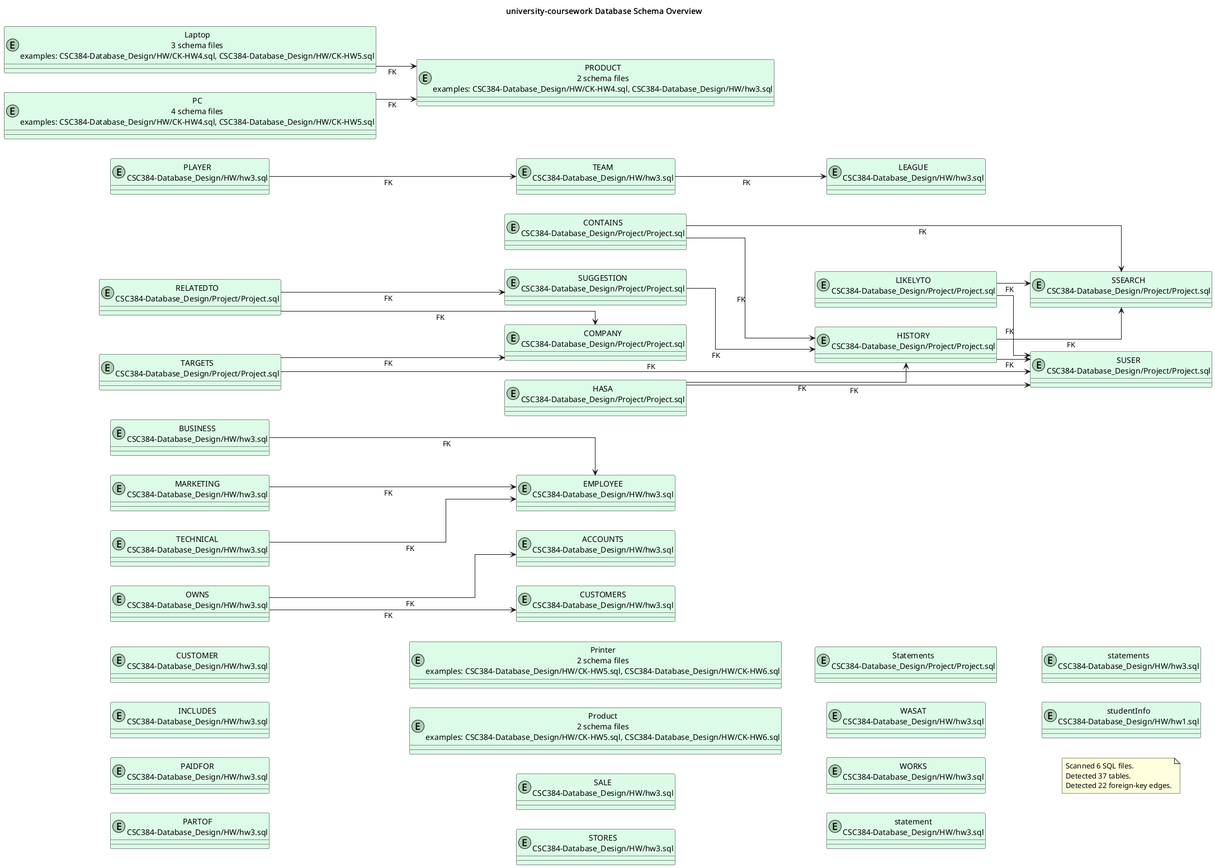
The PlantUML diagram docs/diagrams/database-schema.puml.png in casonk/university-coursework, before a commit.
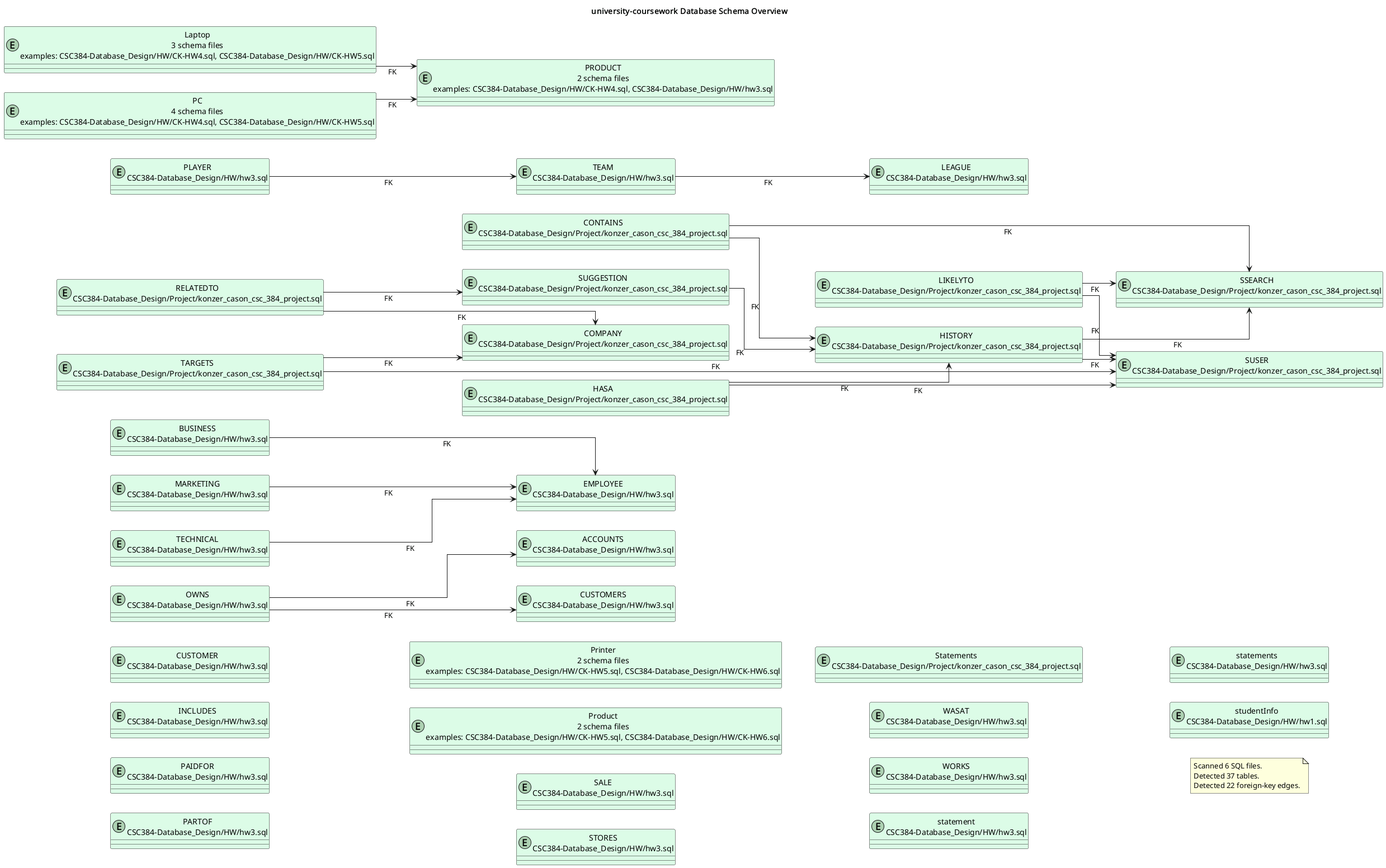
After the change.

Diff of the diagram source:
```diff
@@ -6,16 +6,16 @@
 skinparam linetype ortho
 entity "ACCOUNTS\nCSC384-Database_Design/HW/hw3.sql" as table_accounts #DCFCE7
 entity "BUSINESS\nCSC384-Database_Design/HW/hw3.sql" as table_business #DCFCE7
-entity "COMPANY\nCSC384-Database_Design/Project/Project.sql" as table_company #DCFCE7
-entity "CONTAINS\nCSC384-Database_Design/Project/Project.sql" as table_contains #DCFCE7
+entity "COMPANY\nCSC384-Database_Design/Project/konzer_cason_csc_384_project.sql" as table_company #DCFCE7
+entity "CONTAINS\nCSC384-Database_Design/Project/konzer_cason_csc_384_project.sql" as table_contains #DCFCE7
 entity "CUSTOMER\nCSC384-Database_Design/HW/hw3.sql" as table_customer #DCFCE7
 entity "CUSTOMERS\nCSC384-Database_Design/HW/hw3.sql" as table_customers #DCFCE7
 entity "EMPLOYEE\nCSC384-Database_Design/HW/hw3.sql" as table_employee #DCFCE7
-entity "HASA\nCSC384-Database_Design/Project/Project.sql" as table_hasa #DCFCE7
-entity "HISTORY\nCSC384-Database_Design/Project/Project.sql" as table_history #DCFCE7
+entity "HASA\nCSC384-Database_Design/Project/konzer_cason_csc_384_project.sql" as table_hasa #DCFCE7
+entity "HISTORY\nCSC384-Database_Design/Project/konzer_cason_csc_384_project.sql" as table_history #DCFCE7
 entity "INCLUDES\nCSC384-Database_Design/HW/hw3.sql" as table_includes #DCFCE7
 entity "LEAGUE\nCSC384-Database_Design/HW/hw3.sql" as table_league #DCFCE7
-entity "LIKELYTO\nCSC384-Database_Design/Project/Project.sql" as table_likelyto #DCFCE7
+entity "LIKELYTO\nCSC384-Database_Design/Project/konzer_cason_csc_384_project.sql" as table_likelyto #DCFCE7
 entity "Laptop\n3 schema files\nexamples: CSC384-Database_Design/HW/CK-HW4.sql, CSC384-Database_Design/HW/CK-HW5.sql" as table_laptop #DCFCE7
 entity "MARKETING\nCSC384-Database_Design/HW/hw3.sql" as table_marketing #DCFCE7
 entity "OWNS\nCSC384-Database_Design/HW/hw3.sql" as table_owns #DCFCE7
@@ -26,14 +26,14 @@
 entity "PRODUCT\n2 schema files\nexamples: CSC384-Database_Design/HW/CK-HW4.sql, CSC384-Database_Design/HW/hw3.sql" as table_product #DCFCE7
 entity "Printer\n2 schema files\nexamples: CSC384-Database_Design/HW/CK-HW5.sql, CSC384-Database_Design/HW/CK-HW6.sql" as table_printer #DCFCE7
 entity "Product\n2 schema files\nexamples: CSC384-Database_Design/HW/CK-HW5.sql, CSC384-Database_Design/HW/CK-HW6.sql" as table_product_2 #DCFCE7
-entity "RELATEDTO\nCSC384-Database_Design/Project/Project.sql" as table_relatedto #DCFCE7
+entity "RELATEDTO\nCSC384-Database_Design/Project/konzer_cason_csc_384_project.sql" as table_relatedto #DCFCE7
 entity "SALE\nCSC384-Database_Design/HW/hw3.sql" as table_sale #DCFCE7
-entity "SSEARCH\nCSC384-Database_Design/Project/Project.sql" as table_ssearch #DCFCE7
+entity "SSEARCH\nCSC384-Database_Design/Project/konzer_cason_csc_384_project.sql" as table_ssearch #DCFCE7
 entity "STORES\nCSC384-Database_Design/HW/hw3.sql" as table_stores #DCFCE7
-entity "SUGGESTION\nCSC384-Database_Design/Project/Project.sql" as table_suggestion #DCFCE7
-entity "SUSER\nCSC384-Database_Design/Project/Project.sql" as table_suser #DCFCE7
-entity "Statements\nCSC384-Database_Design/Project/Project.sql" as table_statements #DCFCE7
-entity "TARGETS\nCSC384-Database_Design/Project/Project.sql" as table_targets #DCFCE7
+entity "SUGGESTION\nCSC384-Database_Design/Project/konzer_cason_csc_384_project.sql" as table_suggestion #DCFCE7
+entity "SUSER\nCSC384-Database_Design/Project/konzer_cason_csc_384_project.sql" as table_suser #DCFCE7
+entity "Statements\nCSC384-Database_Design/Project/konzer_cason_csc_384_project.sql" as table_statements #DCFCE7
+entity "TARGETS\nCSC384-Database_Design/Project/konzer_cason_csc_384_project.sql" as table_targets #DCFCE7
 entity "TEAM\nCSC384-Database_Design/HW/hw3.sql" as table_team #DCFCE7
 entity "TECHNICAL\nCSC384-Database_Design/HW/hw3.sql" as table_technical #DCFCE7
 entity "WASAT\nCSC384-Database_Design/HW/hw3.sql" as table_wasat #DCFCE7
```
